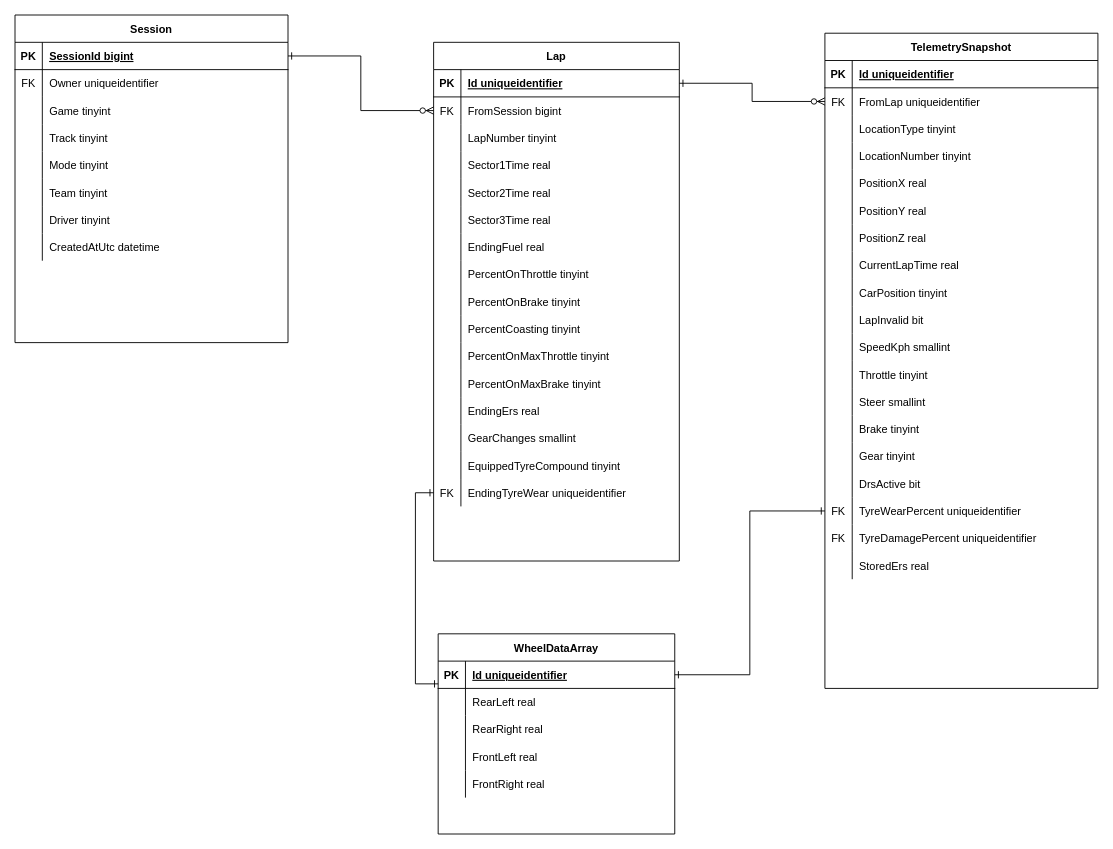
The draw.io diagram page "Sessions v2" (2 of 5) of ApexVisualErd.drawio in TimHanewich/ApexVisualLibrary, before the edit. Source tidied: cells renumbered, new cells numbered last; positions are measured from the earlier drawing's top-left corner, leaving out a move shared by most shapes. Both pictures are drawn from the tidied source at 91%, with x=0, y=0 at pixel (15, 15).
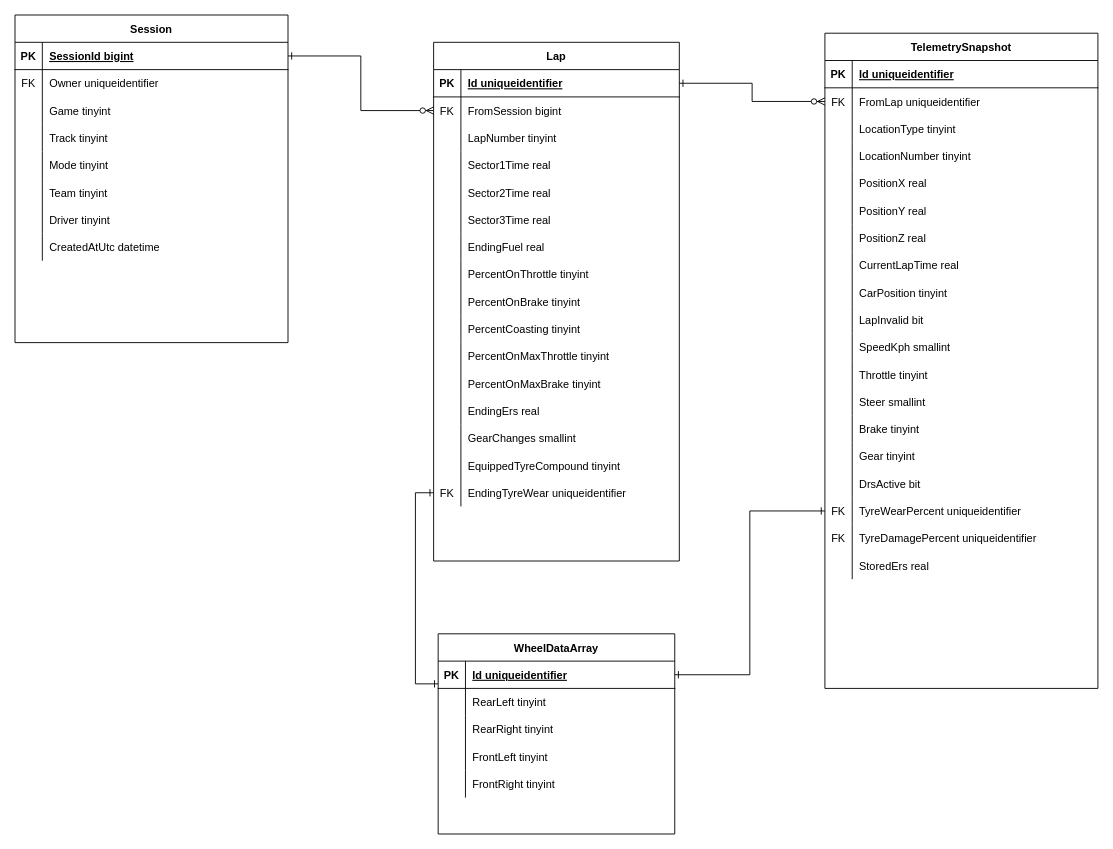
The same diagram, later.

Commit message (it also covers changes not shown here):
Switched wheel data array values to bytes from floats

Unchanged cells that the change refers to:
```xml
<mxCell id="82" style="shape=partialRectangle;fillColor=none;top=0;left=0;bottom=0;right=0;" parent="78" vertex="1">
  <mxGeometry y="60" width="260" height="30" as="geometry" />
</mxCell>
<mxCell id="85" style="shape=partialRectangle;fillColor=none;top=0;left=0;bottom=0;right=0;" parent="78" vertex="1">
  <mxGeometry y="90" width="260" height="30" as="geometry" />
</mxCell>
<mxCell id="88" style="shape=partialRectangle;fillColor=none;top=0;left=0;bottom=0;right=0;" parent="78" vertex="1">
  <mxGeometry y="120" width="260" height="30" as="geometry" />
</mxCell>
<mxCell id="91" style="shape=partialRectangle;fillColor=none;top=0;left=0;bottom=0;right=0;" parent="78" vertex="1">
  <mxGeometry y="150" width="260" height="30" as="geometry" />
</mxCell>
```

The edit, as a diff of the source:
```diff
@@
-    <mxCell id="84" value="RearLeft real" style="shape=partialRectangle;fillColor=none;top=0;left=0;bottom=0;right=0;align=left;spacingLeft=6;overflow=hidden;" parent="82" vertex="1">
+    <mxCell id="84" value="RearLeft tinyint" style="shape=partialRectangle;fillColor=none;top=0;left=0;bottom=0;right=0;align=left;spacingLeft=6;overflow=hidden;" parent="82" vertex="1">
       <mxGeometry x="30" width="230" height="30" as="geometry" />
     </mxCell>
@@
-    <mxCell id="87" value="RearRight real" style="shape=partialRectangle;fillColor=none;top=0;left=0;bottom=0;right=0;align=left;spacingLeft=6;overflow=hidden;" parent="85" vertex="1">
+    <mxCell id="87" value="RearRight tinyint" style="shape=partialRectangle;fillColor=none;top=0;left=0;bottom=0;right=0;align=left;spacingLeft=6;overflow=hidden;" parent="85" vertex="1">
       <mxGeometry x="30" width="230" height="30" as="geometry" />
     </mxCell>
@@
-    <mxCell id="90" value="FrontLeft real" style="shape=partialRectangle;fillColor=none;top=0;left=0;bottom=0;right=0;align=left;spacingLeft=6;overflow=hidden;" parent="88" vertex="1">
+    <mxCell id="90" value="FrontLeft tinyint" style="shape=partialRectangle;fillColor=none;top=0;left=0;bottom=0;right=0;align=left;spacingLeft=6;overflow=hidden;" parent="88" vertex="1">
       <mxGeometry x="30" width="230" height="30" as="geometry" />
     </mxCell>
@@
-    <mxCell id="93" value="FrontRight real" style="shape=partialRectangle;fillColor=none;top=0;left=0;bottom=0;right=0;align=left;spacingLeft=6;overflow=hidden;" parent="91" vertex="1">
+    <mxCell id="93" value="FrontRight tinyint" style="shape=partialRectangle;fillColor=none;top=0;left=0;bottom=0;right=0;align=left;spacingLeft=6;overflow=hidden;" parent="91" vertex="1">
       <mxGeometry x="30" width="230" height="30" as="geometry" />
     </mxCell>
```
